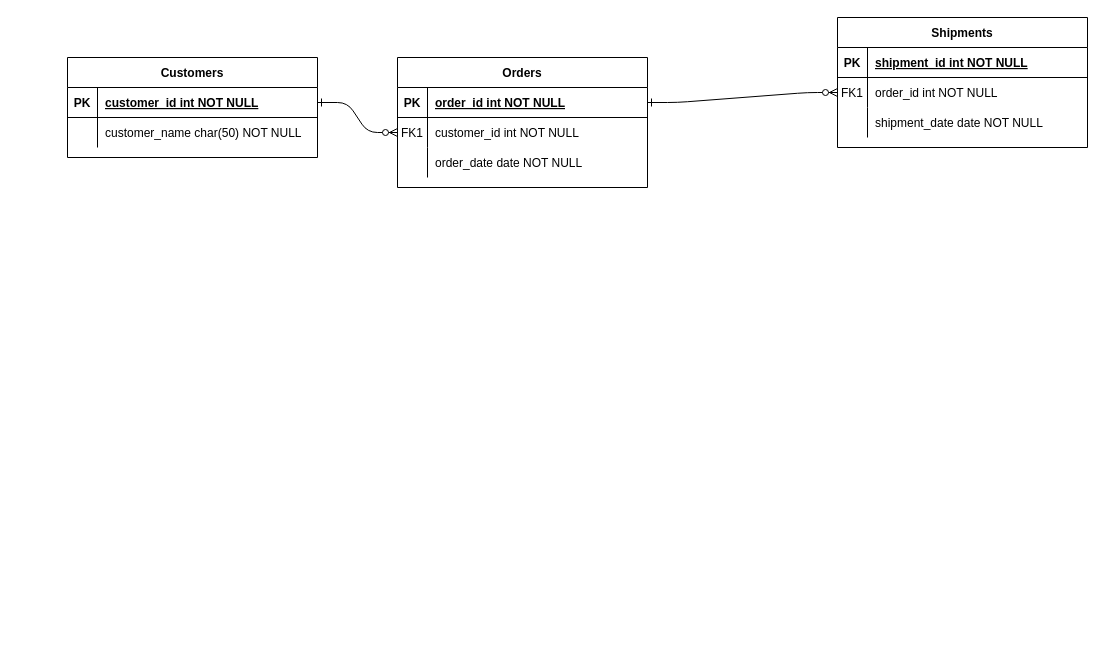
Earlier version of the draw.io diagram diagram.drawio (vladmagosin/modelare_db). Source tidied: cells renumbered, new cells numbered last; positions are measured from the earlier drawing's top-left corner, leaving out a move shared by most shapes. Both pictures are drawn from the tidied source at 100%, with x=0, y=0 at pixel (67, 17).
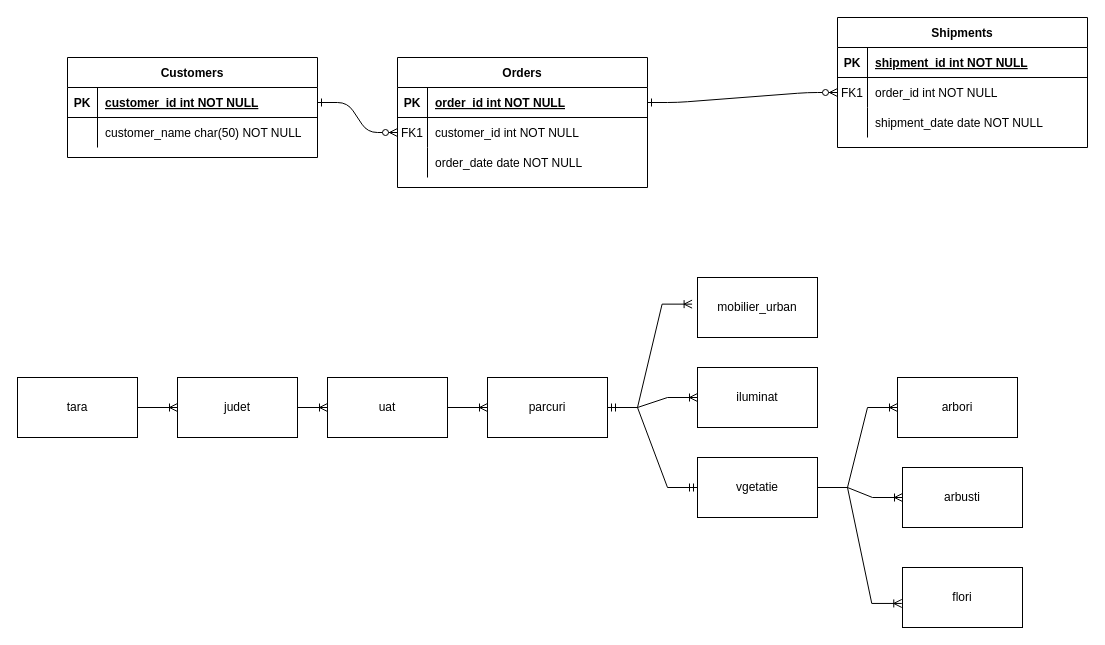
Above is the later version.

Commit message:
model abstract

The edit, as a diff of the source:
```diff
@@
+    <mxCell id="31" value="judet" style="rounded=0;whiteSpace=wrap;html=1;" parent="1" vertex="1">
+      <mxGeometry x="110" y="360" width="120" height="60" as="geometry" />
+    </mxCell>
+    <mxCell id="32" value="uat" style="rounded=0;whiteSpace=wrap;html=1;" parent="1" vertex="1">
+      <mxGeometry x="260" y="360" width="120" height="60" as="geometry" />
+    </mxCell>
+    <mxCell id="33" value="tara" style="rounded=0;whiteSpace=wrap;html=1;" parent="1" vertex="1">
+      <mxGeometry x="-50" y="360" width="120" height="60" as="geometry" />
+    </mxCell>
+    <mxCell id="34" value="parcuri" style="rounded=0;whiteSpace=wrap;html=1;" parent="1" vertex="1">
+      <mxGeometry x="420" y="360" width="120" height="60" as="geometry" />
+    </mxCell>
+    <mxCell id="35" value="mobilier_urban" style="rounded=0;whiteSpace=wrap;html=1;" parent="1" vertex="1">
+      <mxGeometry x="630" y="260" width="120" height="60" as="geometry" />
+    </mxCell>
+    <mxCell id="36" value="iluminat" style="rounded=0;whiteSpace=wrap;html=1;" parent="1" vertex="1">
+      <mxGeometry x="630" y="350" width="120" height="60" as="geometry" />
+    </mxCell>
+    <mxCell id="37" value="vgetatie" style="rounded=0;whiteSpace=wrap;html=1;" parent="1" vertex="1">
+      <mxGeometry x="630" y="440" width="120" height="60" as="geometry" />
+    </mxCell>
+    <mxCell id="38" value="arbori" style="rounded=0;whiteSpace=wrap;html=1;" parent="1" vertex="1">
+      <mxGeometry x="830" y="360" width="120" height="60" as="geometry" />
+    </mxCell>
+    <mxCell id="39" value="arbusti" style="rounded=0;whiteSpace=wrap;html=1;" parent="1" vertex="1">
+      <mxGeometry x="835" y="450" width="120" height="60" as="geometry" />
+    </mxCell>
+    <mxCell id="40" value="flori" style="rounded=0;whiteSpace=wrap;html=1;" parent="1" vertex="1">
+      <mxGeometry x="835" y="550" width="120" height="60" as="geometry" />
+    </mxCell>
+    <mxCell id="41" style="edgeStyle=entityRelationEdgeStyle;fontSize=12;html=1;endArrow=ERoneToMany;rounded=0;exitX=1;exitY=0.5;exitDx=0;exitDy=0;entryX=0;entryY=0.5;entryDx=0;entryDy=0;" parent="1" edge="1" source="33" target="31">
+      <mxGeometry relative="1" as="geometry" />
+    </mxCell>
+    <mxCell id="42" style="edgeStyle=entityRelationEdgeStyle;fontSize=12;html=1;endArrow=ERoneToMany;rounded=0;exitX=1;exitY=0.5;exitDx=0;exitDy=0;entryX=0;entryY=0.5;entryDx=0;entryDy=0;" parent="1" edge="1" source="31" target="32">
+      <mxGeometry relative="1" as="geometry" />
+    </mxCell>
+    <mxCell id="43" style="edgeStyle=entityRelationEdgeStyle;fontSize=12;html=1;endArrow=ERoneToMany;rounded=0;exitX=1;exitY=0.5;exitDx=0;exitDy=0;entryX=-0.045;entryY=0.444;entryDx=0;entryDy=0;entryPerimeter=0;" parent="1" edge="1" source="34" target="35">
+      <mxGeometry relative="1" as="geometry" />
+    </mxCell>
+    <mxCell id="44" style="edgeStyle=entityRelationEdgeStyle;fontSize=12;html=1;endArrow=ERoneToMany;rounded=0;exitX=1;exitY=0.5;exitDx=0;exitDy=0;entryX=0;entryY=0.5;entryDx=0;entryDy=0;" parent="1" edge="1" source="32" target="34">
+      <mxGeometry relative="1" as="geometry" />
+    </mxCell>
+    <mxCell id="45" style="edgeStyle=entityRelationEdgeStyle;fontSize=12;html=1;endArrow=ERoneToMany;rounded=0;exitX=1;exitY=0.5;exitDx=0;exitDy=0;entryX=0;entryY=0.5;entryDx=0;entryDy=0;" parent="1" edge="1" source="34" target="36">
+      <mxGeometry relative="1" as="geometry" />
+    </mxCell>
+    <mxCell id="46" style="edgeStyle=entityRelationEdgeStyle;fontSize=12;html=1;endArrow=ERmandOne;startArrow=ERmandOne;rounded=0;exitX=1;exitY=0.5;exitDx=0;exitDy=0;entryX=0;entryY=0.5;entryDx=0;entryDy=0;" parent="1" edge="1" source="34" target="37">
+      <mxGeometry relative="1" as="geometry" />
+    </mxCell>
+    <mxCell id="47" style="edgeStyle=entityRelationEdgeStyle;fontSize=12;html=1;endArrow=ERoneToMany;rounded=0;exitX=1;exitY=0.5;exitDx=0;exitDy=0;" parent="1" edge="1" source="37" target="38">
+      <mxGeometry relative="1" as="geometry" />
+    </mxCell>
+    <mxCell id="48" style="edgeStyle=entityRelationEdgeStyle;fontSize=12;html=1;endArrow=ERoneToMany;rounded=0;" parent="1" edge="1" target="39">
+      <mxGeometry relative="1" as="geometry">
+        <mxPoint x="750" y="470" as="sourcePoint" />
+      </mxGeometry>
+    </mxCell>
+    <mxCell id="49" style="edgeStyle=entityRelationEdgeStyle;fontSize=12;html=1;endArrow=ERoneToMany;rounded=0;entryX=-0.006;entryY=0.599;entryDx=0;entryDy=0;entryPerimeter=0;" parent="1" edge="1" target="40">
+      <mxGeometry relative="1" as="geometry">
+        <mxPoint x="750" y="470" as="sourcePoint" />
+      </mxGeometry>
+    </mxCell>
```
